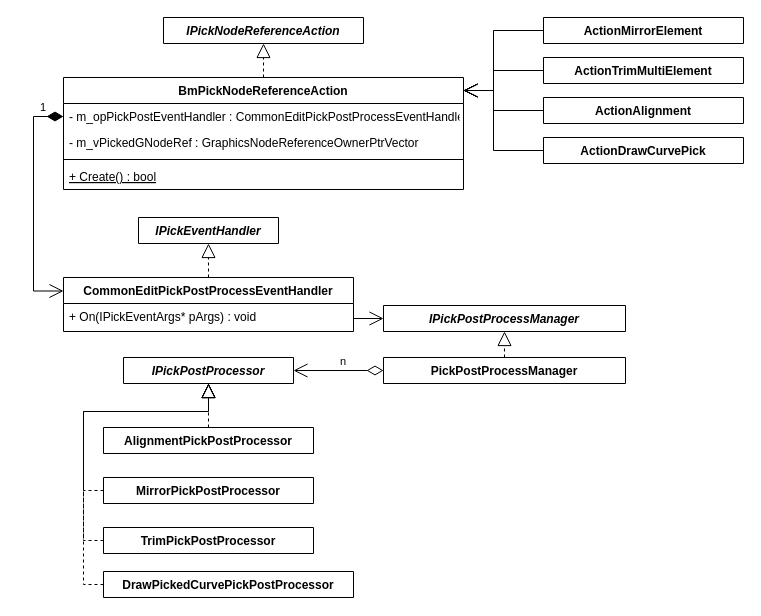
The draw.io diagram page "Page-1" (1 of 2) of ChainPickCadCurve.drawio in Sean-Xu-Code/cpp, before the edit. Source tidied: cells renumbered, new cells numbered last; positions are measured from the earlier drawing's top-left corner, leaving out a move shared by most shapes. Both pictures are drawn from the tidied source at 100%, with x=0, y=0 at pixel (33, 17).
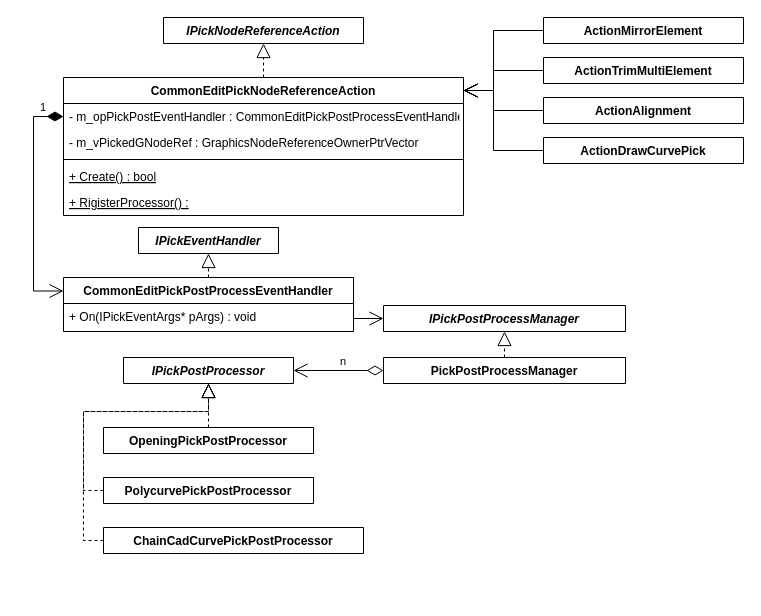
Above is the later version.

The change refers to these unchanged cells:
```xml
<mxCell id="8" value="IPickPostProcessor" style="swimlane;fontStyle=3;align=center;verticalAlign=top;horizontal=1;startSize=26;rounded=0;shadow=0;strokeWidth=1;" parent="1" vertex="1" collapsed="1">
  <mxGeometry x="90" y="340" width="170" height="26" as="geometry" />
</mxCell>
```

Change to the diagram source:
```diff
@@
-    <mxCell id="3" value="BmPickNodeReferenceAction" style="swimlane;fontStyle=1;align=center;verticalAlign=top;horizontal=1;startSize=26;rounded=0;shadow=0;strokeWidth=1;" parent="1" vertex="1">
-      <mxGeometry x="30" y="60" width="400" height="112" as="geometry" />
+    <mxCell id="3" value="CommonEditPickNodeReferenceAction" style="swimlane;fontStyle=1;align=center;verticalAlign=top;horizontal=1;startSize=26;rounded=0;shadow=0;strokeWidth=1;" parent="1" vertex="1">
+      <mxGeometry x="30" y="60" width="400" height="138" as="geometry" />
     </mxCell>
@@
+    <mxCell id="36" value="+ RigisterProcessor() : " style="text;align=left;verticalAlign=top;spacingLeft=4;spacingRight=4;overflow=hidden;fontStyle=4;" parent="3" vertex="1">
+      <mxGeometry y="112" width="400" height="26" as="geometry" />
+    </mxCell>
@@
     <mxCell id="11" value="IPickEventHandler" style="swimlane;fontStyle=3;align=center;verticalAlign=top;horizontal=1;startSize=26;" parent="1" vertex="1" collapsed="1">
-      <mxGeometry x="105" y="200" width="140" height="26" as="geometry" />
+      <mxGeometry x="105" y="210" width="140" height="26" as="geometry" />
     </mxCell>
@@
-    <mxCell id="15" value="AlignmentPickPostProcessor" style="swimlane;fontStyle=1;align=center;verticalAlign=top;horizontal=1;startSize=26;rounded=0;shadow=0;strokeWidth=1;" parent="1" vertex="1" collapsed="1">
+    <mxCell id="15" value="OpeningPickPostProcessor" style="swimlane;fontStyle=1;align=center;verticalAlign=top;horizontal=1;startSize=26;rounded=0;shadow=0;strokeWidth=1;" parent="1" vertex="1" collapsed="1">
       <mxGeometry x="70" y="410" width="210" height="26" as="geometry" />
     </mxCell>
-    <mxCell id="16" value="MirrorPickPostProcessor" style="swimlane;fontStyle=1;align=center;verticalAlign=top;horizontal=1;startSize=26;rounded=0;shadow=0;strokeWidth=1;" parent="1" vertex="1" collapsed="1">
+    <mxCell id="16" value="PolycurvePickPostProcessor" style="swimlane;fontStyle=1;align=center;verticalAlign=top;horizontal=1;startSize=26;rounded=0;shadow=0;strokeWidth=1;" parent="1" vertex="1" collapsed="1">
       <mxGeometry x="70" y="460" width="210" height="26" as="geometry" />
     </mxCell>
-    <mxCell id="17" value="TrimPickPostProcessor" style="swimlane;fontStyle=1;align=center;verticalAlign=top;horizontal=1;startSize=26;rounded=0;shadow=0;strokeWidth=1;" parent="1" vertex="1" collapsed="1">
-      <mxGeometry x="70" y="510" width="210" height="26" as="geometry" />
+    <mxCell id="17" value="ChainCadCurvePickPostProcessor" style="swimlane;fontStyle=1;align=center;verticalAlign=top;horizontal=1;startSize=26;rounded=0;shadow=0;strokeWidth=1;" parent="1" vertex="1" collapsed="1">
+      <mxGeometry x="70" y="510" width="260" height="26" as="geometry" />
     </mxCell>
@@
-    <mxCell id="26" value="DrawPickedCurvePickPostProcessor" style="swimlane;fontStyle=1;align=center;verticalAlign=top;horizontal=1;startSize=26;rounded=0;shadow=0;strokeWidth=1;" parent="1" vertex="1" collapsed="1">
-      <mxGeometry x="70" y="554" width="250" height="26" as="geometry" />
-    </mxCell>
-    <mxCell id="27" style="endArrow=block;dashed=1;endFill=0;endSize=12;html=1;rounded=0;exitX=0;exitY=0.5;exitDx=0;exitDy=0;entryX=0.5;entryY=1;entryDx=0;entryDy=0;" parent="1" edge="1" source="26" target="8">
-      <mxGeometry relative="1" as="geometry">
-        <Array as="points">
-          <mxPoint x="50" y="567" />
-          <mxPoint x="50" y="394" />
-          <mxPoint x="175" y="394" />
-        </Array>
-      </mxGeometry>
-    </mxCell>
```
